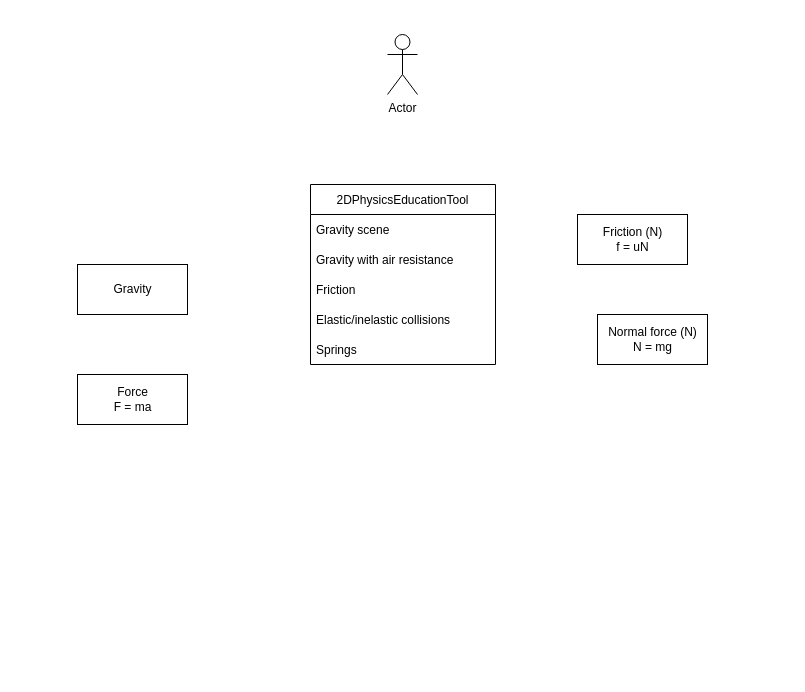
Earlier version of the draw.io diagram diagrams/classes.drawio (juliawang2014/2DPhysicsEducationTool). Source tidied: cells renumbered, new cells numbered last; positions are measured from the earlier drawing's top-left corner, leaving out a move shared by most shapes. Both pictures are drawn from the tidied source at 100%, with x=0, y=0 at pixel (77, 34).
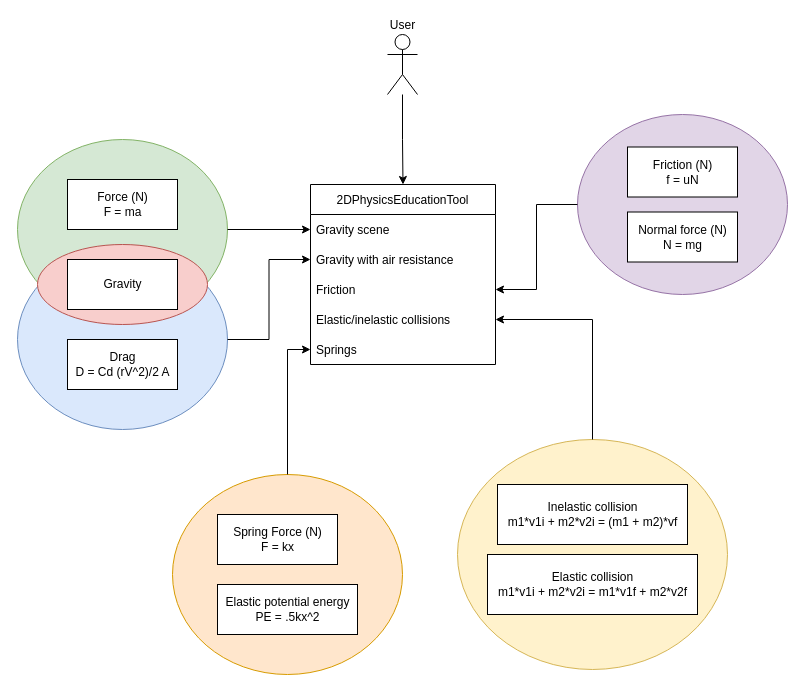
The same diagram, later.

Unchanged cells that the change refers to:
```xml
<mxCell id="3" value="2DPhysicsEducationTool" style="swimlane;fontStyle=0;horizontal=1;startSize=30;" parent="1" vertex="1">
  <mxGeometry x="233" y="150" width="185" height="180" as="geometry" />
</mxCell>
<mxCell id="4" value="Gravity scene" style="text;strokeColor=none;fillColor=none;align=left;verticalAlign=middle;spacingLeft=4;spacingRight=4;overflow=hidden;points=[[0,0.5],[1,0.5]];portConstraint=eastwest;" parent="3" vertex="1">
  <mxGeometry y="30" width="185" height="30" as="geometry" />
</mxCell>
<mxCell id="5" value="Gravity with air resistance" style="text;strokeColor=none;fillColor=none;align=left;verticalAlign=middle;spacingLeft=4;spacingRight=4;overflow=hidden;points=[[0,0.5],[1,0.5]];portConstraint=eastwest;" parent="3" vertex="1">
  <mxGeometry y="60" width="185" height="30" as="geometry" />
</mxCell>
<mxCell id="6" value="Friction" style="text;strokeColor=none;fillColor=none;align=left;verticalAlign=middle;spacingLeft=4;spacingRight=4;overflow=hidden;points=[[0,0.5],[1,0.5]];portConstraint=eastwest;" parent="3" vertex="1">
  <mxGeometry y="90" width="185" height="30" as="geometry" />
</mxCell>
<mxCell id="7" value="Elastic/inelastic collisions" style="text;strokeColor=none;fillColor=none;align=left;verticalAlign=middle;spacingLeft=4;spacingRight=4;overflow=hidden;points=[[0,0.5],[1,0.5]];portConstraint=eastwest;" parent="3" vertex="1">
  <mxGeometry y="120" width="185" height="30" as="geometry" />
</mxCell>
<mxCell id="8" value="Springs" style="text;strokeColor=none;fillColor=none;align=left;verticalAlign=middle;spacingLeft=4;spacingRight=4;overflow=hidden;points=[[0,0.5],[1,0.5]];portConstraint=eastwest;" parent="3" vertex="1">
  <mxGeometry y="150" width="185" height="30" as="geometry" />
</mxCell>
```

The edit, as a diff of the source:
```diff
@@
+    <mxCell id="13" style="edgeStyle=orthogonalEdgeStyle;rounded=0;jettySize=auto;html=1;entryX=0.5;entryY=0;entryDx=0;entryDy=0;" parent="1" edge="1" source="2" target="3">
+      <mxGeometry relative="1" as="geometry" />
+    </mxCell>
-    <mxCell id="2" value="Actor" style="shape=umlActor;verticalLabelPosition=bottom;verticalAlign=top;html=1;outlineConnect=0;" parent="1" vertex="1">
+    <mxCell id="2" value="User" style="shape=umlActor;verticalLabelPosition=top;verticalAlign=bottom;html=1;outlineConnect=0;labelPosition=center;align=center;" parent="1" vertex="1">
       <mxGeometry x="310" width="30" height="60" as="geometry" />
     </mxCell>
@@
+    <mxCell id="14" style="group;" parent="1" vertex="1">
+      <mxGeometry x="95" y="440" width="230" height="200" as="geometry" />
+    </mxCell>
+    <mxCell id="15" style="ellipse;whiteSpace=wrap;html=1;fillColor=#ffe6cc;strokeColor=#d79b00;" parent="14" vertex="1">
+      <mxGeometry width="230" height="200" as="geometry" />
+    </mxCell>
+    <mxCell id="16" value="Spring Force (N)&lt;br&gt;F = kx" style="html=1;" parent="14" vertex="1">
+      <mxGeometry x="45" y="40" width="120" height="50" as="geometry" />
+    </mxCell>
+    <mxCell id="17" value="Elastic potential energy&lt;br&gt;PE = .5kx^2" style="html=1;" parent="14" vertex="1">
+      <mxGeometry x="45" y="110" width="140" height="50" as="geometry" />
+    </mxCell>
+    <mxCell id="18" style="group;" parent="1" vertex="1">
+      <mxGeometry x="380" y="405" width="270" height="230" as="geometry" />
+    </mxCell>
+    <mxCell id="19" style="ellipse;whiteSpace=wrap;html=1;fillColor=#fff2cc;strokeColor=#d6b656;" parent="18" vertex="1">
+      <mxGeometry width="270" height="230" as="geometry" />
+    </mxCell>
+    <mxCell id="20" value="Elastic collision&lt;br&gt;m1*v1i + m2*v2i = m1*v1f + m2*v2f" style="html=1;" parent="18" vertex="1">
+      <mxGeometry x="30" y="115" width="210" height="60" as="geometry" />
+    </mxCell>
+    <mxCell id="21" value="Inelastic collision&lt;br&gt;m1*v1i + m2*v2i = (m1 + m2)*vf" style="html=1;" parent="18" vertex="1">
+      <mxGeometry x="40" y="45" width="190" height="60" as="geometry" />
+    </mxCell>
+    <mxCell id="22" style="group;" parent="1" vertex="1">
+      <mxGeometry x="-60" y="105" width="210" height="290" as="geometry" />
+    </mxCell>
+    <mxCell id="23" style="ellipse;whiteSpace=wrap;html=1;fillColor=#d5e8d4;strokeColor=#82b366;" parent="22" vertex="1">
+      <mxGeometry width="210" height="180" as="geometry" />
+    </mxCell>
+    <mxCell id="24" style="ellipse;whiteSpace=wrap;html=1;fillColor=#dae8fc;strokeColor=#6c8ebf;" parent="22" vertex="1">
+      <mxGeometry y="110" width="210" height="180" as="geometry" />
+    </mxCell>
+    <mxCell id="25" style="ellipse;whiteSpace=wrap;html=1;fillColor=#f8cecc;strokeColor=#b85450;" parent="22" vertex="1">
+      <mxGeometry x="20" y="105" width="170" height="80" as="geometry" />
+    </mxCell>
-    <mxCell id="9" value="Gravity" style="html=1;" parent="1" vertex="1">
-      <mxGeometry y="230" width="110" height="50" as="geometry" />
+    <mxCell id="9" value="Gravity" style="html=1;" parent="22" vertex="1">
+      <mxGeometry x="50" y="120" width="110" height="50" as="geometry" />
     </mxCell>
-    <mxCell id="10" value="Force&lt;br&gt;F = ma" style="html=1;" parent="1" vertex="1">
-      <mxGeometry y="340" width="110" height="50" as="geometry" />
+    <mxCell id="10" value="Force (N)&lt;br&gt;F = ma" style="html=1;" parent="22" vertex="1">
+      <mxGeometry x="50" y="40" width="110" height="50" as="geometry" />
     </mxCell>
+    <mxCell id="26" value="Drag&lt;br&gt;D = Cd (rV^2)/2 A" style="html=1;" parent="22" vertex="1">
+      <mxGeometry x="50" y="200" width="110" height="50" as="geometry" />
+    </mxCell>
+    <mxCell id="27" style="group;" parent="1" vertex="1">
+      <mxGeometry x="500" y="80" width="210" height="180" as="geometry" />
+    </mxCell>
+    <mxCell id="28" style="ellipse;whiteSpace=wrap;html=1;fillColor=#e1d5e7;strokeColor=#9673a6;" parent="27" vertex="1">
+      <mxGeometry width="210" height="180" as="geometry" />
+    </mxCell>
+    <mxCell id="29" style="group;" parent="27" vertex="1">
+      <mxGeometry x="50" y="32.5" width="110" height="115" as="geometry" />
+    </mxCell>
-    <mxCell id="11" value="Friction (N)&lt;br&gt;f = uN" style="html=1;" parent="1" vertex="1">
-      <mxGeometry x="500" y="180" width="110" height="50" as="geometry" />
+    <mxCell id="11" value="Friction (N)&lt;br&gt;f = uN" style="html=1;" parent="29" vertex="1">
+      <mxGeometry width="110" height="50" as="geometry" />
     </mxCell>
-    <mxCell id="12" value="Normal force (N)&lt;br&gt;N = mg" style="html=1;" parent="1" vertex="1">
-      <mxGeometry x="520" y="280" width="110" height="50" as="geometry" />
+    <mxCell id="12" value="Normal force (N)&lt;br&gt;N = mg" style="html=1;" parent="29" vertex="1">
+      <mxGeometry y="65" width="110" height="50" as="geometry" />
     </mxCell>
+    <mxCell id="30" style="edgeStyle=orthogonalEdgeStyle;rounded=0;jettySize=auto;html=1;entryX=0;entryY=0.5;entryDx=0;entryDy=0;" parent="1" edge="1" source="23" target="4">
+      <mxGeometry relative="1" as="geometry" />
+    </mxCell>
+    <mxCell id="31" style="edgeStyle=orthogonalEdgeStyle;rounded=0;jettySize=auto;html=1;entryX=0;entryY=0.5;entryDx=0;entryDy=0;" parent="1" edge="1" source="24" target="5">
+      <mxGeometry relative="1" as="geometry" />
+    </mxCell>
+    <mxCell id="32" style="edgeStyle=orthogonalEdgeStyle;rounded=0;jettySize=auto;html=1;" parent="1" edge="1" source="28" target="6">
+      <mxGeometry relative="1" as="geometry" />
+    </mxCell>
+    <mxCell id="33" style="edgeStyle=orthogonalEdgeStyle;rounded=0;jettySize=auto;html=1;entryX=0;entryY=0.5;entryDx=0;entryDy=0;" parent="1" edge="1" source="15" target="8">
+      <mxGeometry relative="1" as="geometry" />
+    </mxCell>
+    <mxCell id="34" style="edgeStyle=orthogonalEdgeStyle;rounded=0;jettySize=auto;html=1;entryX=1;entryY=0.5;entryDx=0;entryDy=0;" parent="1" edge="1" source="19" target="7">
+      <mxGeometry relative="1" as="geometry" />
+    </mxCell>
```
